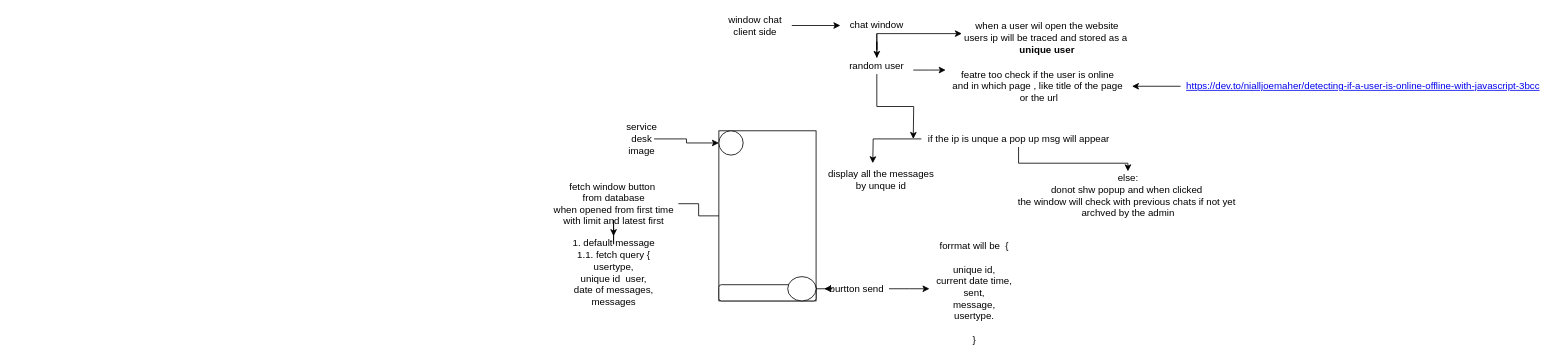
Earlier version of the draw.io diagram chat application.drawio (diptnc/project-diagram). Source tidied: cells renumbered, new cells numbered last; positions are measured from the earlier drawing's top-left corner, leaving out a move shared by most shapes. Both pictures are drawn from the tidied source at 81%, with x=0, y=0 at pixel (548, 17).
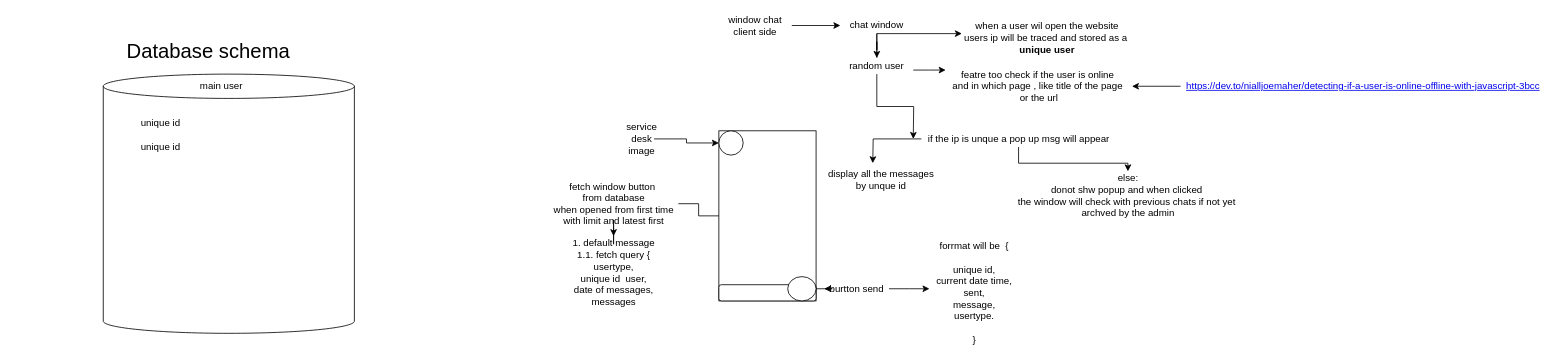
The same diagram, later.

Diff of the diagram source:
```diff
@@
+    <mxCell id="33" value="&lt;font style=&quot;font-size: 25px&quot;&gt;Database schema&lt;/font&gt;" style="text;html=1;strokeColor=none;fillColor=none;align=center;verticalAlign=middle;whiteSpace=wrap;rounded=0;" parent="1" vertex="1">
+      <mxGeometry x="-550" y="30" width="260" height="20" as="geometry" />
+    </mxCell>
+    <mxCell id="34" style="shape=cylinder3;whiteSpace=wrap;html=1;boundedLbl=1;backgroundOutline=1;size=15;" parent="1" vertex="1">
+      <mxGeometry x="-550" y="70" width="310" height="320" as="geometry" />
+    </mxCell>
+    <mxCell id="35" value="unique id" style="text;html=1;strokeColor=none;fillColor=none;align=center;verticalAlign=middle;whiteSpace=wrap;rounded=0;" parent="1" vertex="1">
+      <mxGeometry x="-514" y="120" width="70" height="20" as="geometry" />
+    </mxCell>
+    <mxCell id="36" value="main user" style="text;html=1;strokeColor=none;fillColor=none;align=center;verticalAlign=middle;whiteSpace=wrap;rounded=0;" parent="1" vertex="1">
+      <mxGeometry x="-444" y="75" width="80" height="20" as="geometry" />
+    </mxCell>
+    <mxCell id="37" value="unique id" style="text;html=1;strokeColor=none;fillColor=none;align=center;verticalAlign=middle;whiteSpace=wrap;rounded=0;" parent="1" vertex="1">
+      <mxGeometry x="-514" y="150" width="70" height="20" as="geometry" />
+    </mxCell>
+    <mxCell id="38" value="&amp;nbsp;" style="text;html=1;align=center;verticalAlign=middle;strokeColor=none;" parent="1" vertex="1">
+      <mxGeometry x="-660" y="200" width="20" height="20" as="geometry" />
+    </mxCell>
```
